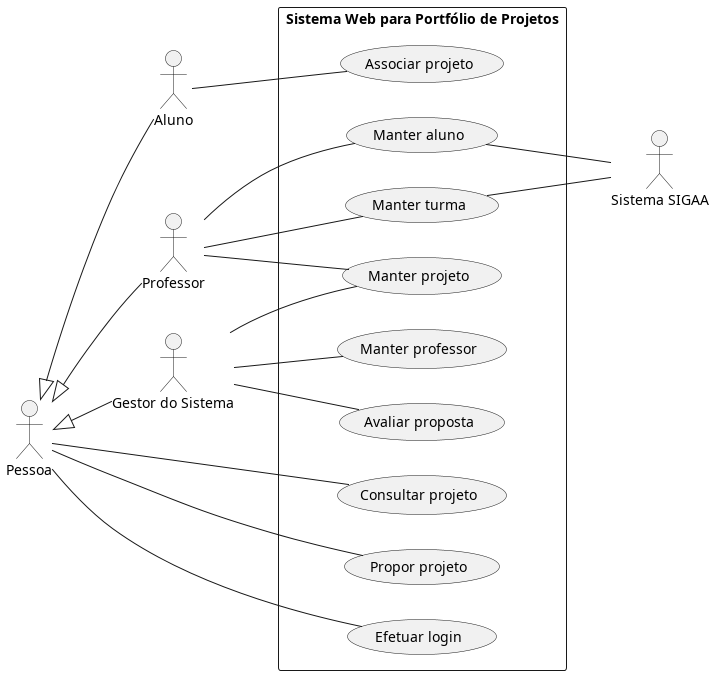
Earlier version of the PlantUML export requisitos/usecase.png (Pedro-V/projetorium). The source it was exported from:
```plantuml
@startuml
left to right direction
:Pessoa: as Pessoa
:Aluno: as Aluno
:Professor: as Professor
:Gestor do Sistema: as Gestor
:Sistema SIGAA: as SIGAA

Pessoa <|-- Aluno
Pessoa <|-- Professor
Pessoa <|-- Gestor


rectangle "Sistema Web para Portfólio de Projetos" {
    (Consultar projeto) as ConsProj
    (Propor projeto) as PropProj
    (Manter projeto) as MantProj
    (Efetuar login) as EfetLog
    (Manter turma) as MantTurm
    (Manter professor) as MantProf
    (Manter aluno) as MantAlun
    (Avaliar proposta) as AvalProp
    (Associar projeto) as AssocProj
}

Aluno -- AssocProj

Pessoa -- ConsProj
Pessoa -- PropProj
Pessoa -- EfetLog

Professor -- MantAlun
Professor -- MantTurm
Professor -- MantProj

Gestor -- AvalProp
Gestor -- MantProj
Gestor -- MantProf

SIGAA -up- MantTurm
SIGAA -up- MantAlun
@enduml
```
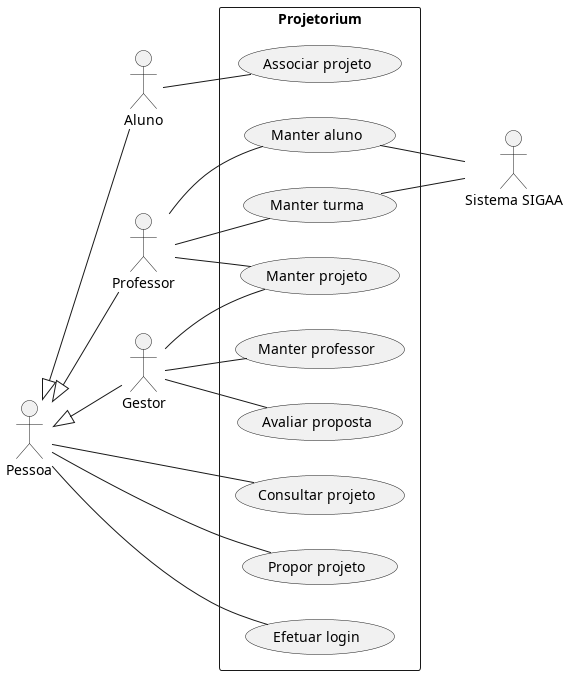
After the change.

Commit message:
Atualizado nome do sistema para Projetorium

The edit, as a diff of the source:
```diff
@@ -3,7 +3,7 @@
 :Pessoa: as Pessoa
 :Aluno: as Aluno
 :Professor: as Professor
-:Gestor do Sistema: as Gestor
+:Gestor: as Gestor
 :Sistema SIGAA: as SIGAA
 
 Pessoa <|-- Aluno
@@ -11,7 +11,7 @@
 Pessoa <|-- Gestor
 
 
-rectangle "Sistema Web para Portfólio de Projetos" {
+rectangle "Projetorium" {
     (Consultar projeto) as ConsProj
     (Propor projeto) as PropProj
     (Manter projeto) as MantProj
```
